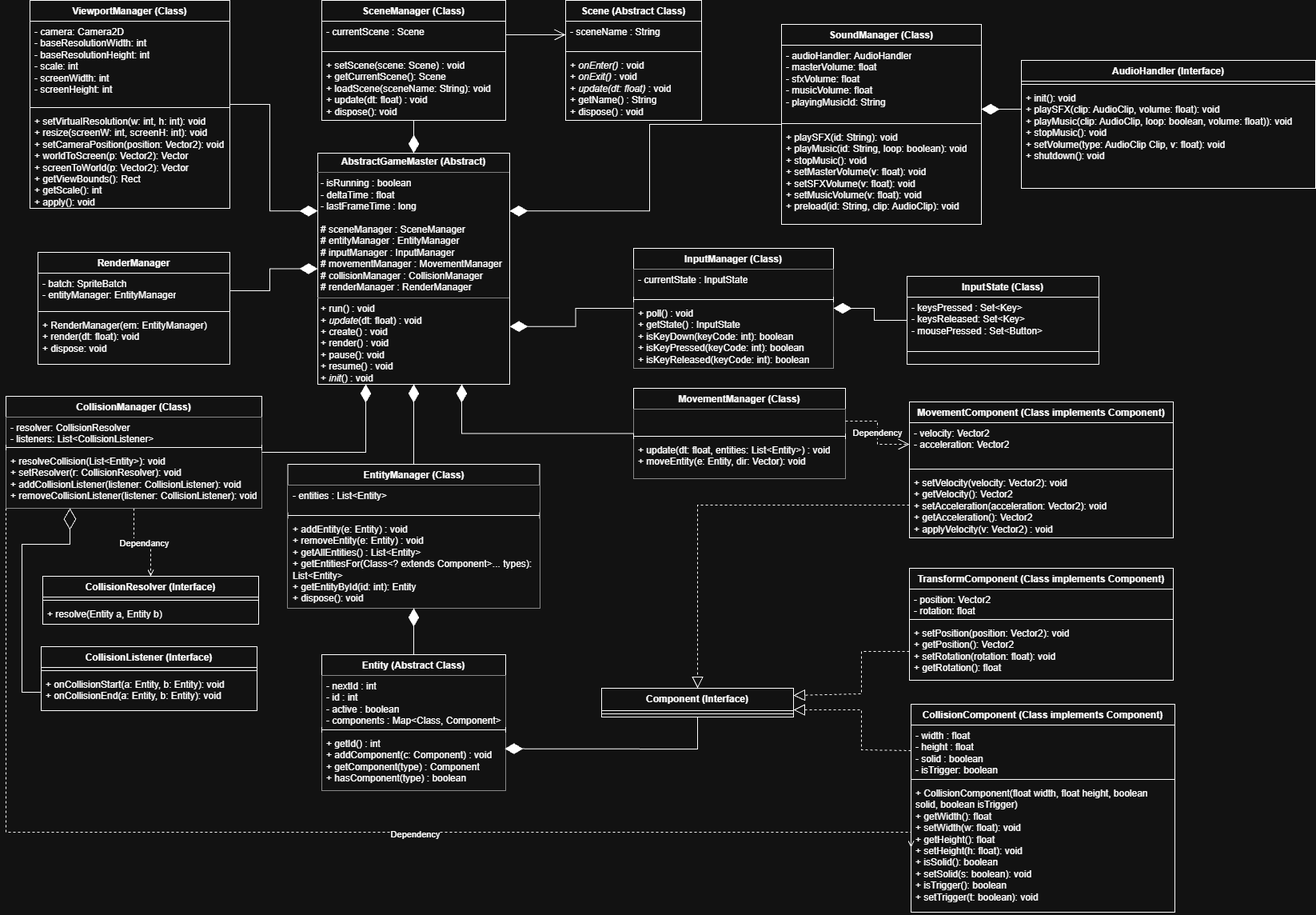
Candy-Sama/INF1009PrjectTeam6 keeps this draw.io diagram as ArcadeSim-UML Diagram (Revised).drawio.png. Above is the earlier version. Source tidied: cells renumbered, new cells last; positions are measured from the earlier drawing's top-left corner, leaving out a move shared by most shapes.
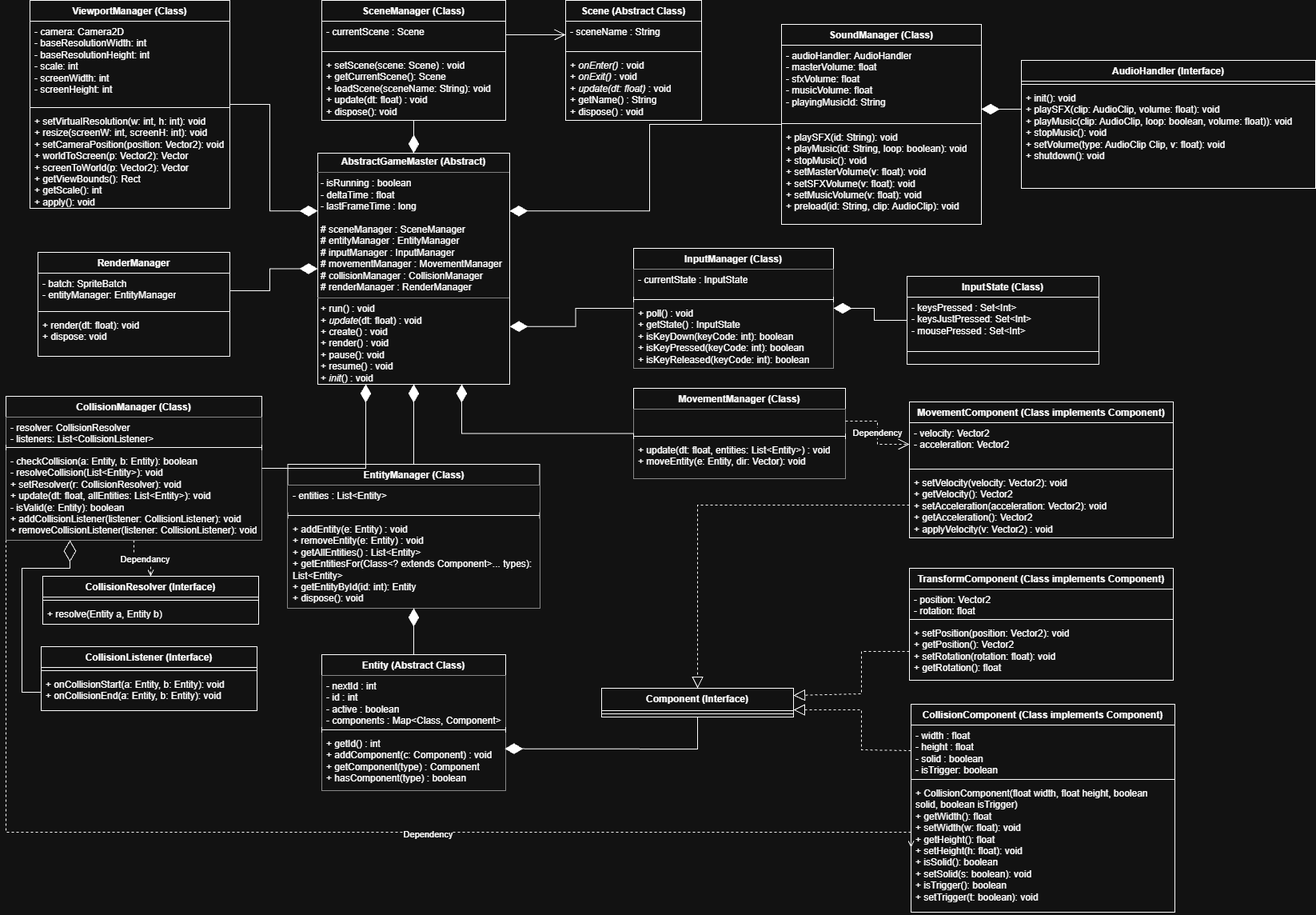
Above is the later version.

What changed in the source:
```diff
@@ -68,7 +68,7 @@
     <mxCell id="23" value="InputState (Class)" style="swimlane;fontStyle=1;align=center;verticalAlign=top;horizontal=1;startSize=26;whiteSpace=wrap;html=1;" parent="1" vertex="1">
       <mxGeometry x="1127" y="345" width="240" height="110" as="geometry" />
     </mxCell>
-    <mxCell id="24" value="&lt;div&gt;- keysPressed : Set&amp;lt;Key&amp;gt;&lt;/div&gt;&lt;div&gt;- keysReleased: Set&amp;lt;Key&amp;gt;&lt;/div&gt;&lt;div&gt;- mousePressed : Set&amp;lt;Button&amp;gt;&lt;/div&gt;" style="text;strokeColor=none;fillColor=none;align=left;verticalAlign=top;spacingLeft=4;spacingRight=4;overflow=hidden;whiteSpace=wrap;html=1;" parent="23" vertex="1">
+    <mxCell id="24" value="&lt;div&gt;- keysPressed : Set&amp;lt;Int&amp;gt;&lt;/div&gt;&lt;div&gt;- keysJustPressed: Set&amp;lt;Int&amp;gt;&lt;/div&gt;&lt;div&gt;- mousePressed : Set&amp;lt;Int&amp;gt;&lt;/div&gt;" style="text;strokeColor=none;fillColor=none;align=left;verticalAlign=top;spacingLeft=4;spacingRight=4;overflow=hidden;whiteSpace=wrap;html=1;" parent="23" vertex="1">
       <mxGeometry y="26" width="240" height="64" as="geometry" />
     </mxCell>
     <mxCell id="25" style="line;strokeWidth=1;fillColor=none;align=left;verticalAlign=middle;spacingTop=-1;spacingLeft=3;spacingRight=3;labelPosition=right;strokeColor=inherit;" parent="23" vertex="1">
@@ -195,7 +195,7 @@
       <mxGeometry x="0.18" y="-2" relative="1" as="geometry" />
     </mxCell>
     <mxCell id="59" value="CollisionManager (Class)" style="swimlane;fontStyle=1;align=center;verticalAlign=top;horizontal=1;startSize=26;whiteSpace=wrap;html=1;fillColor=default;" parent="1" vertex="1">
-      <mxGeometry y="495" width="320" height="140" as="geometry" />
+      <mxGeometry y="495" width="320" height="180" as="geometry" />
     </mxCell>
     <mxCell id="60" value="- resolver: CollisionResolver&lt;div&gt;- listeners: List&amp;lt;CollisionListener&amp;gt;&lt;/div&gt;" style="text;strokeColor=none;fillColor=default;align=left;verticalAlign=top;spacingLeft=4;spacingRight=4;overflow=hidden;whiteSpace=wrap;html=1;" parent="59" vertex="1">
       <mxGeometry y="26" width="320" height="34" as="geometry" />
@@ -203,8 +203,8 @@
     <mxCell id="61" style="line;strokeWidth=1;fillColor=none;align=left;verticalAlign=middle;spacingTop=-1;spacingLeft=3;spacingRight=3;labelPosition=right;strokeColor=inherit;" parent="59" vertex="1">
       <mxGeometry y="60" width="320" height="8" as="geometry" />
     </mxCell>
-    <mxCell id="62" value="+ resolveCollision(List&amp;lt;Entity&amp;gt;): void&lt;br&gt;+ setResolver(r: CollisionResolver): void&lt;div&gt;+ addCollisionListener(listener: CollisionListener): void&lt;/div&gt;&lt;div&gt;+ removeCollisionListener(listener: CollisionListener): void&lt;/div&gt;" style="text;strokeColor=none;fillColor=default;align=left;verticalAlign=top;spacingLeft=4;spacingRight=4;overflow=hidden;whiteSpace=wrap;html=1;" parent="59" vertex="1">
-      <mxGeometry y="68" width="320" height="72" as="geometry" />
+    <mxCell id="62" value="&lt;div&gt;- checkCollision(a: Entity, b: Entity): boolean&lt;/div&gt;- resolveCollision(List&amp;lt;Entity&amp;gt;): void&lt;br&gt;+ setResolver(r: CollisionResolver): void&lt;div&gt;+ update(dt: float, allEntities: List&amp;lt;Entity&amp;gt;): void&lt;/div&gt;&lt;div&gt;- isValid(e: Entity): boolean&lt;br&gt;&lt;div&gt;+ addCollisionListener(listener: CollisionListener): void&lt;/div&gt;&lt;div&gt;+ removeCollisionListener(listener: CollisionListener): void&lt;/div&gt;&lt;/div&gt;" style="text;strokeColor=none;fillColor=default;align=left;verticalAlign=top;spacingLeft=4;spacingRight=4;overflow=hidden;whiteSpace=wrap;html=1;" parent="59" vertex="1">
+      <mxGeometry y="68" width="320" height="112" as="geometry" />
     </mxCell>
     <mxCell id="63" style="edgeStyle=orthogonalEdgeStyle;rounded=0;jettySize=auto;html=1;endArrow=diamondThin;endFill=1;endSize=20;entryX=0.25;entryY=1;entryDx=0;entryDy=0;exitX=1;exitY=0.5;exitDx=0;exitDy=0;" parent="1" edge="1" source="59" target="2">
       <mxGeometry relative="1" as="geometry" />
@@ -294,13 +294,13 @@
       <mxGeometry relative="1" as="geometry">
         <Array as="points">
           <mxPoint x="20" y="865" />
-          <mxPoint x="20" y="680" />
-          <mxPoint x="80" y="680" />
+          <mxPoint x="20" y="710" />
+          <mxPoint x="80" y="710" />
         </Array>
       </mxGeometry>
     </mxCell>
     <mxCell id="87" value="RenderManager" style="swimlane;fontStyle=1;align=center;verticalAlign=top;horizontal=1;startSize=26;whiteSpace=wrap;html=1;" parent="1" vertex="1">
-      <mxGeometry x="40" y="315" width="240" height="140" as="geometry" />
+      <mxGeometry x="40" y="315" width="240" height="130" as="geometry" />
     </mxCell>
     <mxCell id="88" value="&lt;div&gt;- batch: SpriteBatch&lt;/div&gt;&lt;div&gt;- entityManager: EntityManager&lt;/div&gt;" style="text;strokeColor=none;fillColor=none;align=left;verticalAlign=top;spacingLeft=4;spacingRight=4;overflow=hidden;points=[[0,0.5],[1,0.5]];portConstraint=eastwest;whiteSpace=wrap;html=1;" parent="87" vertex="1">
       <mxGeometry y="26" width="240" height="44" as="geometry" />
@@ -308,8 +308,8 @@
     <mxCell id="89" style="line;strokeWidth=1;fillColor=none;align=left;verticalAlign=middle;spacingTop=-1;spacingLeft=3;spacingRight=3;labelPosition=right;strokeColor=inherit;" parent="87" vertex="1">
       <mxGeometry y="70" width="240" height="8" as="geometry" />
     </mxCell>
-    <mxCell id="90" value="&lt;div&gt;+ RenderManager(em: EntityManager)&lt;/div&gt;&lt;div&gt;+ render(dt: float): void&lt;br&gt;+ dispose: void&lt;/div&gt;" style="text;strokeColor=none;fillColor=none;align=left;verticalAlign=top;spacingLeft=4;spacingRight=4;overflow=hidden;whiteSpace=wrap;html=1;" parent="87" vertex="1">
-      <mxGeometry y="78" width="240" height="62" as="geometry" />
+    <mxCell id="90" value="&lt;div&gt;&lt;span style=&quot;background-color: transparent; color: light-dark(rgb(0, 0, 0), rgb(255, 255, 255));&quot;&gt;+ render(dt: float): void&lt;/span&gt;&lt;/div&gt;&lt;div&gt;+ dispose: void&lt;/div&gt;" style="text;strokeColor=none;fillColor=none;align=left;verticalAlign=top;spacingLeft=4;spacingRight=4;overflow=hidden;whiteSpace=wrap;html=1;" parent="87" vertex="1">
+      <mxGeometry y="78" width="240" height="52" as="geometry" />
     </mxCell>
     <mxCell id="91" style="edgeStyle=orthogonalEdgeStyle;rounded=0;jettySize=auto;html=1;endArrow=diamondThin;endFill=1;endSize=20;entryX=0;entryY=0.5;entryDx=0;entryDy=0;exitX=1;exitY=0.5;exitDx=0;exitDy=0;" parent="1" edge="1" source="88" target="2">
       <mxGeometry relative="1" as="geometry" />
```
